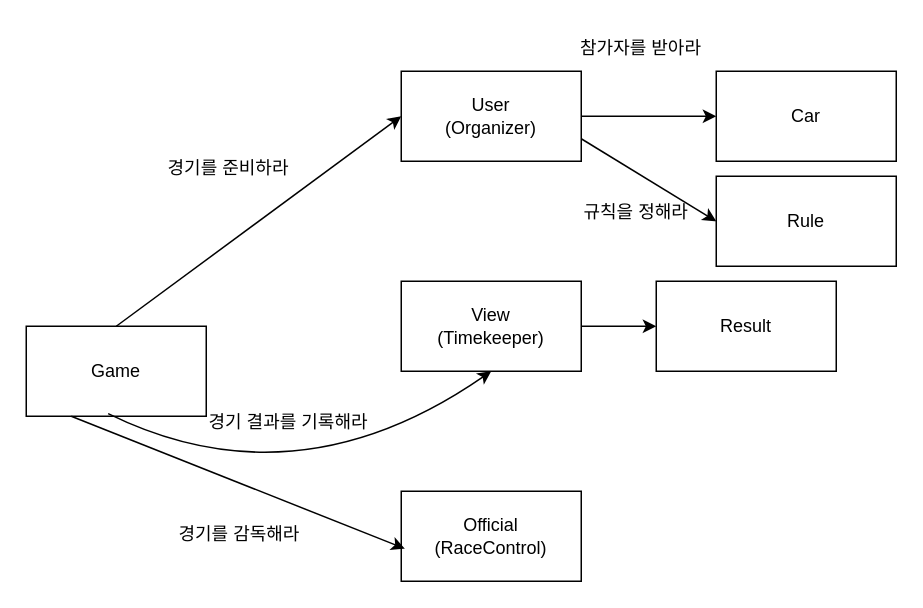
Earlier version of the draw.io diagram docs/도메인설계.drawio (tjdxo1193/java-racingcar-6). Source tidied: cells renumbered, new cells numbered last; positions are measured from the earlier drawing's top-left corner, leaving out a move shared by most shapes. Both pictures are drawn from the tidied source at 150%, with x=0, y=0 at pixel (26, 26).
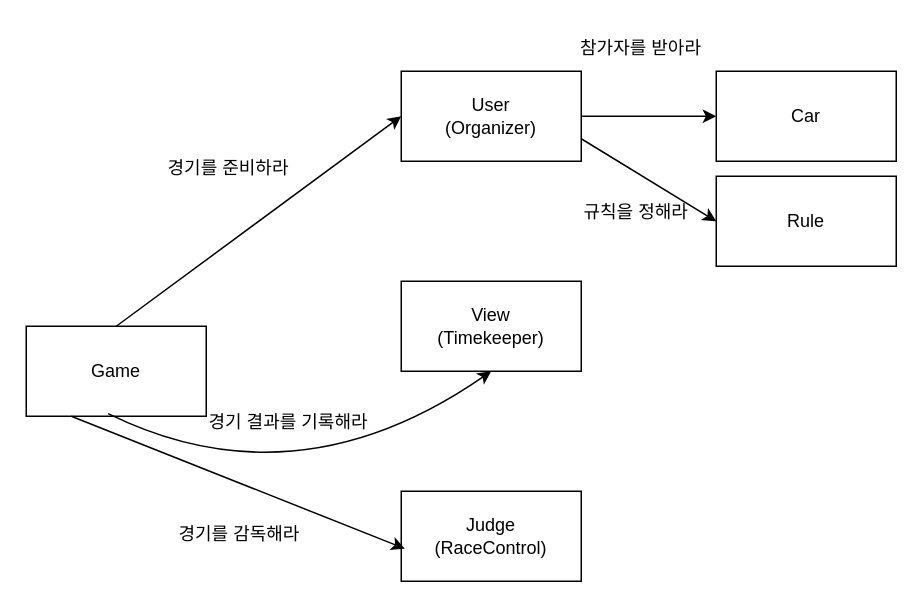
The same page after the edit.

Commit message:
도메인설계.drawio 업데이트

The change refers to these unchanged cells:
```xml
<mxCell id="4" value="View&lt;br&gt;(Timekeeper)" style="rounded=0;whiteSpace=wrap;html=1;" parent="1" vertex="1">
  <mxGeometry x="250" y="170" width="120" height="60" as="geometry" />
</mxCell>
```

What changed in the source:
```diff
@@
-    <mxCell id="3" value="Result" style="rounded=0;whiteSpace=wrap;html=1;" parent="1" vertex="1">
-      <mxGeometry x="420" y="170" width="120" height="60" as="geometry" />
-    </mxCell>
@@
-    <mxCell id="6" value="Official&lt;br&gt;(RaceControl)" style="rounded=0;whiteSpace=wrap;html=1;" parent="1" vertex="1">
+    <mxCell id="6" value="Judge&lt;br&gt;(RaceControl)" style="rounded=0;whiteSpace=wrap;html=1;" parent="1" vertex="1">
       <mxGeometry x="250" y="310" width="120" height="60" as="geometry" />
     </mxCell>
@@
-    <mxCell id="19" style="endArrow=classic;html=1;rounded=0;exitX=1;exitY=0.5;exitDx=0;exitDy=0;entryX=0;entryY=0.5;entryDx=0;entryDy=0;" parent="1" edge="1" source="4" target="3">
-      <mxGeometry relative="1" as="geometry" />
-    </mxCell>
```
